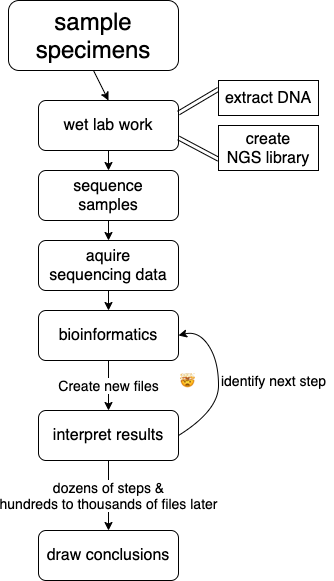
This is Week5-project_organization_and_UNIX_shell/Bioinformatics_Workflow.png from ngs-docs/2021-GGG298, a draw.io export, as it was before one commit. Source tidied: cells renumbered, new cells last; positions are measured from the earlier drawing's top-left corner, leaving out a move shared by most shapes.
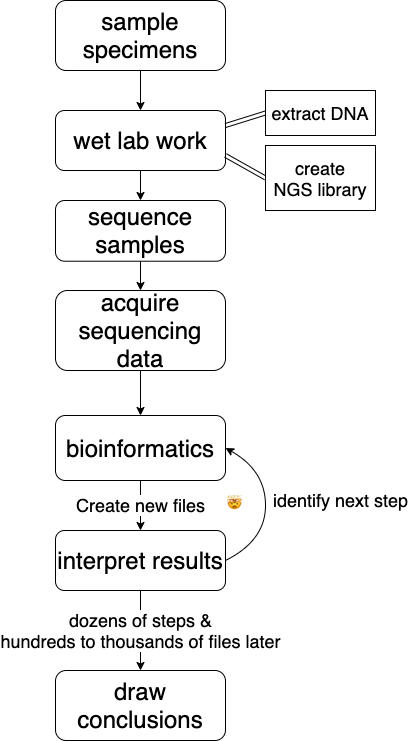
Above is the later version.

Commit message:
text resize

What changed in the source:
```diff
@@ -11,62 +11,61 @@
     <mxCell id="4" style="edgeStyle=none;rounded=0;jettySize=auto;html=1;exitX=0.5;exitY=1;exitDx=0;exitDy=0;entryX=0.5;entryY=0;entryDx=0;entryDy=0;" parent="1" edge="1" source="5" target="11">
       <mxGeometry relative="1" as="geometry" />
     </mxCell>
-    <mxCell id="5" value="&lt;font style=&quot;font-size: 16px&quot;&gt;wet lab work&lt;/font&gt;" style="rounded=1;whiteSpace=wrap;html=1;" parent="1" vertex="1">
-      <mxGeometry x="30" y="100" width="140" height="50" as="geometry" />
+    <mxCell id="5" value="&lt;font style=&quot;font-size: 24px&quot;&gt;wet lab work&lt;/font&gt;" style="rounded=1;whiteSpace=wrap;html=1;" parent="1" vertex="1">
+      <mxGeometry y="110" width="170" height="60" as="geometry" />
     </mxCell>
-    <mxCell id="6" style="edgeStyle=none;shape=link;rounded=0;jettySize=auto;html=1;exitX=0;exitY=0.25;exitDx=0;exitDy=0;entryX=1;entryY=0.25;entryDx=0;entryDy=0;" parent="1" edge="1" source="7" target="5">
+    <mxCell id="6" style="edgeStyle=none;shape=link;rounded=0;jettySize=auto;html=1;exitX=0;exitY=0.5;exitDx=0;exitDy=0;entryX=1;entryY=0.25;entryDx=0;entryDy=0;" parent="1" edge="1" source="7" target="5">
       <mxGeometry relative="1" as="geometry" />
     </mxCell>
-    <mxCell id="7" value="&lt;font style=&quot;font-size: 16px&quot;&gt;extract DNA&lt;/font&gt;" style="rounded=0;whiteSpace=wrap;html=1;" parent="1" vertex="1">
-      <mxGeometry x="210" y="80" width="100" height="35" as="geometry" />
+    <mxCell id="7" value="&lt;font style=&quot;font-size: 18px&quot;&gt;extract DNA&lt;/font&gt;" style="rounded=0;whiteSpace=wrap;html=1;" parent="1" vertex="1">
+      <mxGeometry x="210" y="90" width="110" height="45" as="geometry" />
     </mxCell>
-    <mxCell id="8" style="edgeStyle=none;shape=link;rounded=0;jettySize=auto;html=1;exitX=0;exitY=0.75;exitDx=0;exitDy=0;entryX=1;entryY=0.75;entryDx=0;entryDy=0;" parent="1" edge="1" source="9" target="5">
+    <mxCell id="8" style="edgeStyle=none;shape=link;rounded=0;jettySize=auto;html=1;exitX=0;exitY=0.5;exitDx=0;exitDy=0;entryX=1;entryY=0.75;entryDx=0;entryDy=0;" parent="1" edge="1" source="9" target="5">
       <mxGeometry relative="1" as="geometry" />
     </mxCell>
-    <mxCell id="9" value="&lt;font style=&quot;font-size: 16px&quot;&gt;create&lt;br&gt;NGS library&lt;/font&gt;" style="rounded=0;whiteSpace=wrap;html=1;" parent="1" vertex="1">
-      <mxGeometry x="210" y="125" width="100" height="45" as="geometry" />
+    <mxCell id="9" value="&lt;font style=&quot;font-size: 18px&quot;&gt;create&lt;br&gt;NGS library&lt;/font&gt;" style="rounded=0;whiteSpace=wrap;html=1;" parent="1" vertex="1">
+      <mxGeometry x="210" y="145" width="110" height="65" as="geometry" />
     </mxCell>
     <mxCell id="10" style="edgeStyle=none;rounded=0;jettySize=auto;html=1;" parent="1" edge="1" source="11" target="13">
       <mxGeometry relative="1" as="geometry" />
     </mxCell>
-    <mxCell id="11" value="&lt;font style=&quot;font-size: 16px&quot;&gt;sequence&lt;br&gt;samples&lt;/font&gt;" style="rounded=1;whiteSpace=wrap;html=1;" parent="1" vertex="1">
-      <mxGeometry x="30" y="170" width="140" height="50" as="geometry" />
+    <mxCell id="11" value="&lt;font style=&quot;font-size: 24px&quot;&gt;sequence&lt;br&gt;samples&lt;/font&gt;" style="rounded=1;whiteSpace=wrap;html=1;" parent="1" vertex="1">
+      <mxGeometry y="200" width="170" height="60.7" as="geometry" />
     </mxCell>
     <mxCell id="12" style="edgeStyle=none;rounded=0;jettySize=auto;html=1;" parent="1" edge="1" source="13" target="15">
       <mxGeometry relative="1" as="geometry" />
     </mxCell>
-    <mxCell id="13" value="&lt;font style=&quot;font-size: 16px&quot;&gt;aquire&lt;br&gt;sequencing data&lt;/font&gt;" style="rounded=1;whiteSpace=wrap;html=1;" parent="1" vertex="1">
-      <mxGeometry x="30" y="240" width="140" height="50" as="geometry" />
+    <mxCell id="13" value="&lt;font style=&quot;font-size: 24px&quot;&gt;acquire&lt;br&gt;sequencing data&lt;/font&gt;" style="rounded=1;whiteSpace=wrap;html=1;" parent="1" vertex="1">
+      <mxGeometry y="290" width="170" height="80" as="geometry" />
     </mxCell>
-    <mxCell id="14" value="&lt;font style=&quot;font-size: 14px&quot;&gt;Create new files&lt;/font&gt;" style="edgeStyle=none;rounded=0;jettySize=auto;html=1;" parent="1" edge="1" source="15" target="17">
+    <mxCell id="14" value="&lt;font style=&quot;font-size: 18px&quot;&gt;Create new files&lt;/font&gt;" style="edgeStyle=none;rounded=0;jettySize=auto;html=1;" parent="1" edge="1" source="15" target="17">
       <mxGeometry relative="1" as="geometry" />
     </mxCell>
-    <mxCell id="15" value="&lt;font style=&quot;font-size: 16px&quot;&gt;bioinformatics&lt;/font&gt;" style="rounded=1;whiteSpace=wrap;html=1;" parent="1" vertex="1">
-      <mxGeometry x="30" y="310" width="140" height="50" as="geometry" />
+    <mxCell id="15" value="&lt;font style=&quot;font-size: 24px&quot;&gt;bioinformatics&lt;/font&gt;" style="rounded=1;whiteSpace=wrap;html=1;" parent="1" vertex="1">
+      <mxGeometry y="415" width="170" height="65" as="geometry" />
     </mxCell>
-    <mxCell id="16" value="&lt;font style=&quot;font-size: 14px&quot;&gt;dozens of steps &amp;amp;&lt;br&gt;hundreds to thousands of files later&lt;/font&gt;" style="edgeStyle=none;rounded=0;jettySize=auto;html=1;" parent="1" edge="1" source="17" target="18">
+    <mxCell id="16" value="&lt;font style=&quot;font-size: 18px&quot;&gt;dozens of steps &amp;amp;&lt;br&gt;hundreds to thousands of files later&lt;/font&gt;" style="edgeStyle=none;rounded=0;jettySize=auto;html=1;" parent="1" edge="1" source="17" target="18">
       <mxGeometry relative="1" as="geometry" />
     </mxCell>
-    <mxCell id="17" value="&lt;font style=&quot;font-size: 16px&quot;&gt;interpret results&lt;/font&gt;" style="rounded=1;whiteSpace=wrap;html=1;" parent="1" vertex="1">
-      <mxGeometry x="30" y="410" width="140" height="50" as="geometry" />
+    <mxCell id="17" value="&lt;font style=&quot;font-size: 24px&quot;&gt;interpret results&lt;/font&gt;" style="rounded=1;whiteSpace=wrap;html=1;" parent="1" vertex="1">
+      <mxGeometry y="530" width="170" height="60" as="geometry" />
     </mxCell>
-    <mxCell id="18" value="&lt;font style=&quot;font-size: 16px&quot;&gt;draw conclusions&lt;/font&gt;" style="rounded=1;whiteSpace=wrap;html=1;" parent="1" vertex="1">
-      <mxGeometry x="30" y="530" width="140" height="50" as="geometry" />
+    <mxCell id="18" value="&lt;font style=&quot;font-size: 24px&quot;&gt;draw conclusions&lt;/font&gt;" style="rounded=1;whiteSpace=wrap;html=1;" parent="1" vertex="1">
+      <mxGeometry y="670" width="170" height="70" as="geometry" />
     </mxCell>
     <mxCell id="19" style="curved=1;endArrow=classic;html=1;exitX=1;exitY=0.5;exitDx=0;exitDy=0;entryX=1;entryY=0.5;entryDx=0;entryDy=0;" parent="1" edge="1" source="17" target="15">
       <mxGeometry relative="1" as="geometry">
         <Array as="points">
-          <mxPoint x="210" y="410" />
-          <mxPoint x="210" y="360" />
-          <mxPoint x="190" y="330" />
+          <mxPoint x="210" y="540" />
+          <mxPoint x="210" y="470" />
         </Array>
       </mxGeometry>
     </mxCell>
-    <mxCell id="20" value="&lt;font style=&quot;font-size: 14px&quot;&gt;identify next step&lt;/font&gt;" style="text;html=1;align=center;verticalAlign=middle;" parent="1" vertex="1">
-      <mxGeometry x="205" y="370" width="120" height="20" as="geometry" />
+    <mxCell id="20" value="&lt;font style=&quot;font-size: 18px&quot;&gt;identify next step&lt;/font&gt;" style="text;html=1;align=center;verticalAlign=middle;" parent="1" vertex="1">
+      <mxGeometry x="210" y="490" width="150" height="20" as="geometry" />
     </mxCell>
     <mxCell id="21" value="🤯" style="text;html=1;" parent="1" vertex="1">
-      <mxGeometry x="170" y="367.5" width="20" height="25" as="geometry" />
+      <mxGeometry x="170" y="490" width="20" height="25" as="geometry" />
     </mxCell>
   </root>
 </mxGraphModel>
```
